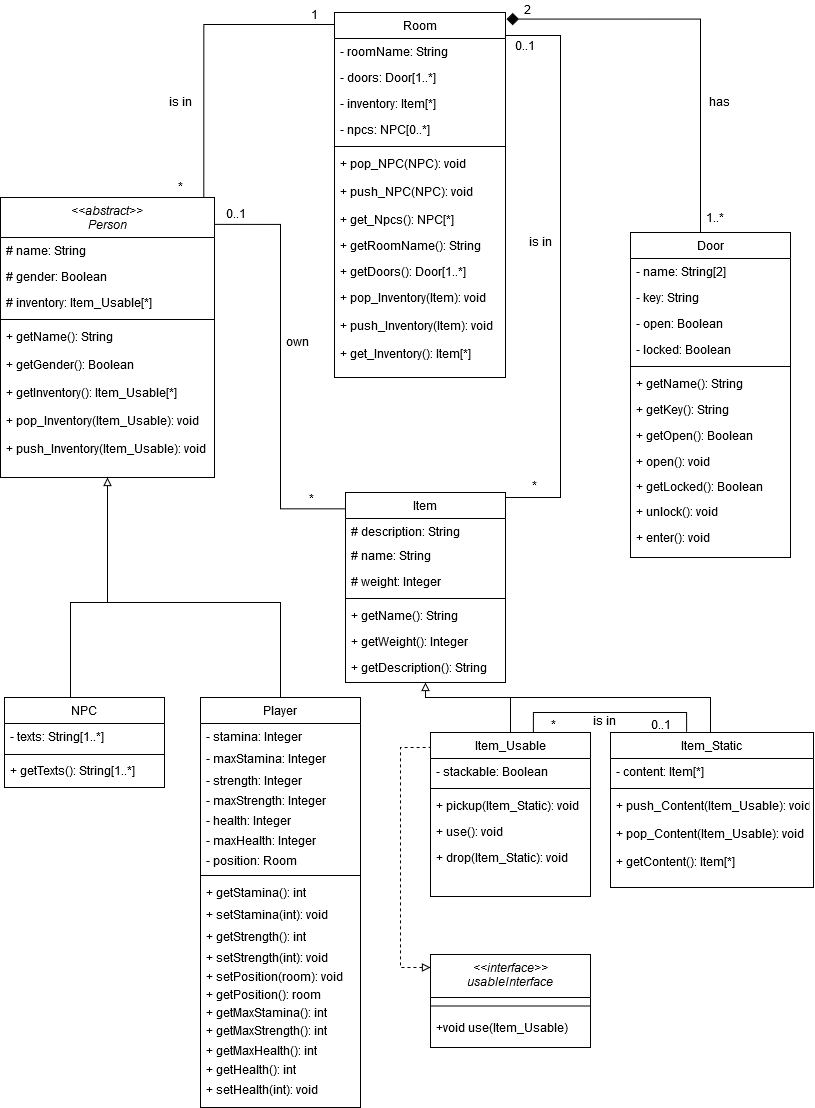
Elegond/AE-Text-Adventure keeps this draw.io diagram as Klassendiagram.png. Above is the earlier version. Source tidied: cells renumbered, new cells last; positions are measured from the earlier drawing's top-left corner, leaving out a move shared by most shapes.
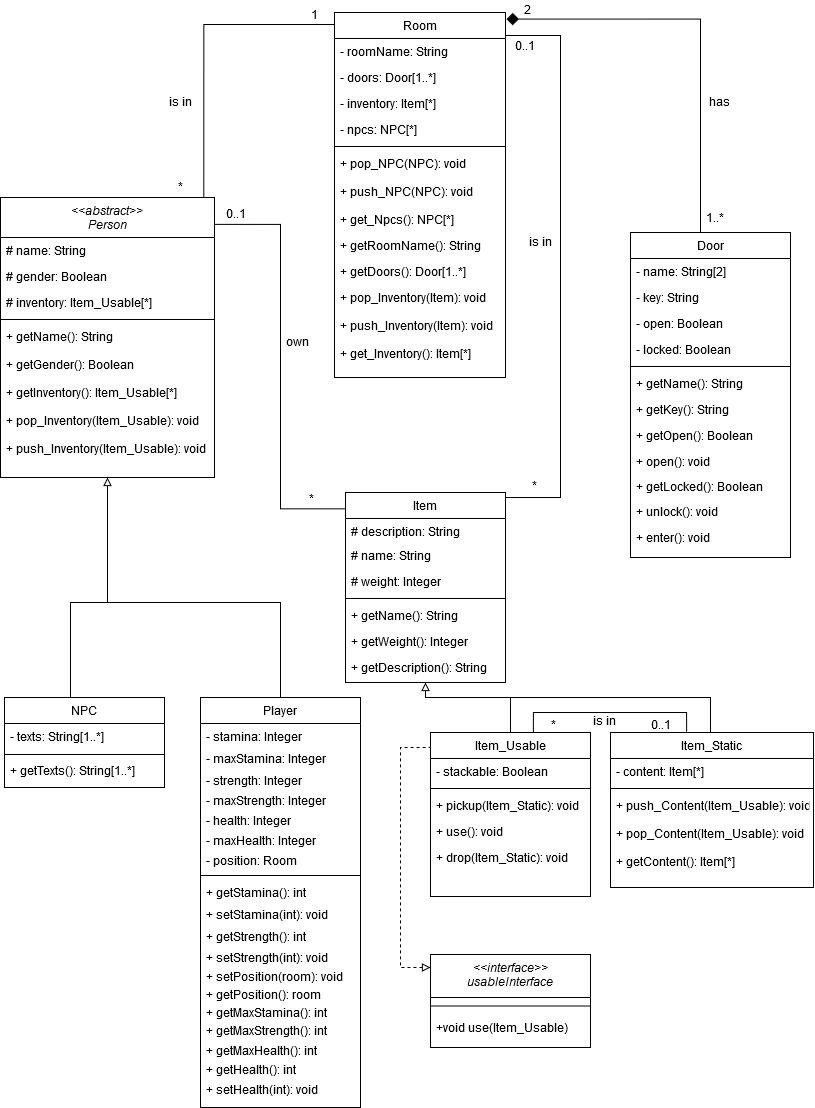
Above is the later version.

Change to the diagram source:
```diff
@@ -51,7 +51,7 @@
     <mxCell id="16" value="- inventory: Item[*]" style="text;align=left;verticalAlign=top;spacingLeft=4;spacingRight=4;overflow=hidden;" parent="13" vertex="1">
       <mxGeometry y="78" width="171" height="26" as="geometry" />
     </mxCell>
-    <mxCell id="17" value="- npcs: NPC[0..*]" style="text;align=left;verticalAlign=top;spacingLeft=4;spacingRight=4;overflow=hidden;" parent="13" vertex="1">
+    <mxCell id="17" value="- npcs: NPC[*]" style="text;align=left;verticalAlign=top;spacingLeft=4;spacingRight=4;overflow=hidden;" parent="13" vertex="1">
       <mxGeometry y="104" width="171" height="26" as="geometry" />
     </mxCell>
     <mxCell id="18" style="line;html=1;strokeWidth=1;align=left;verticalAlign=middle;spacingTop=-1;spacingLeft=3;spacingRight=3;labelPosition=right;" parent="13" vertex="1">
```
